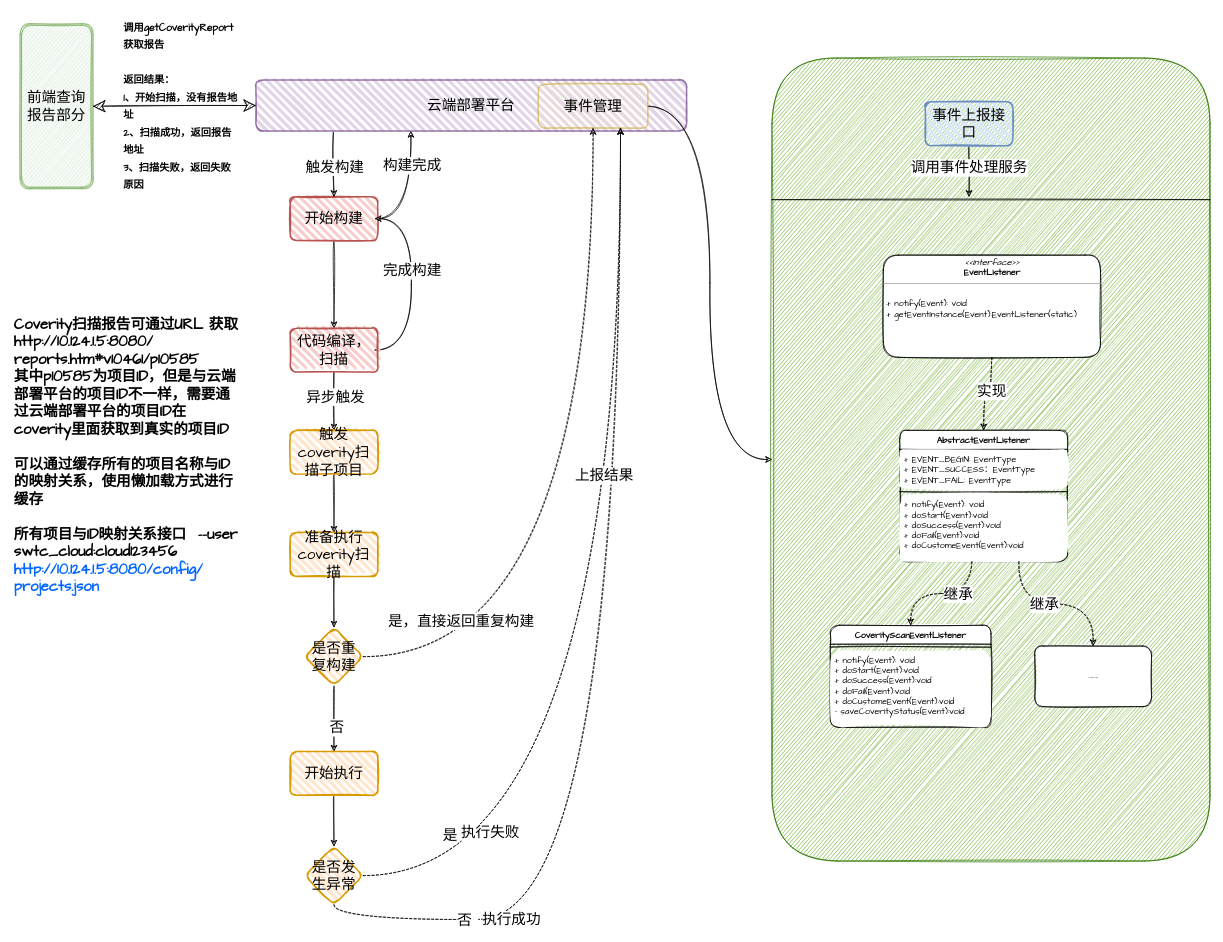
Before: 展示corvity报告.drawio in jenkinZhou/online-face, a draw.io diagram. Source tidied: cells renumbered, new cells numbered last; positions are measured from the earlier drawing's top-left corner, leaving out a move shared by most shapes. Both pictures are drawn from the tidied source at 73%, with x=0, y=0 at pixel (12, 12).
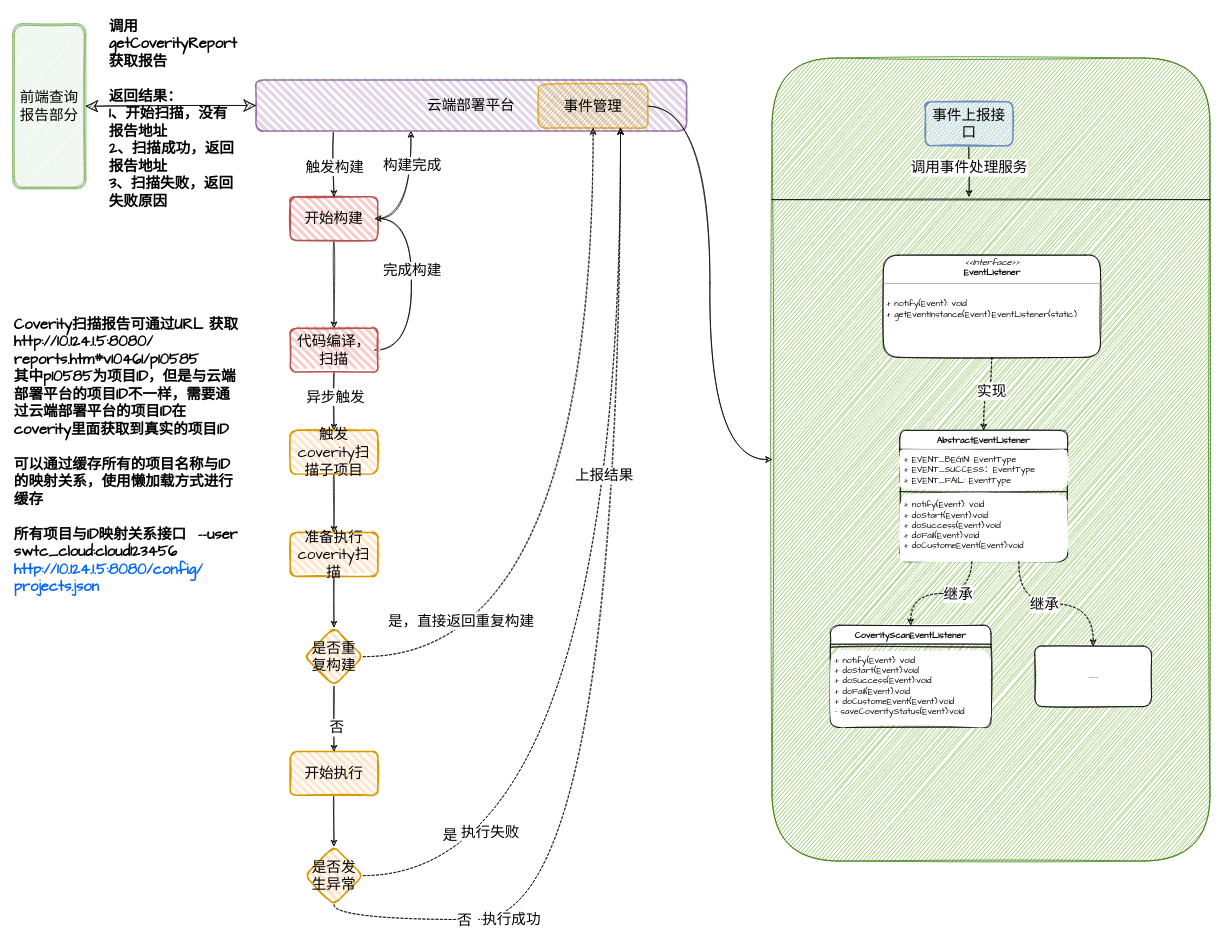
After the change.

Commit message (it also covers changes not shown here):
更新展示corvity报告.drawio

Change to the diagram source:
```diff
@@
-    <mxCell id="18" value="事件管理" style="rounded=1;whiteSpace=wrap;html=1;fillColor=#fff2cc;strokeColor=#d6b656;fontFamily=Comic Sans MS;sketch=1;fontSize=20;" parent="1" vertex="1">
+    <mxCell id="18" value="事件管理" style="rounded=1;whiteSpace=wrap;html=1;fillColor=#D79B00;strokeColor=#d79b00;fontFamily=Comic Sans MS;sketch=1;fontSize=20;" parent="1" vertex="1">
       <mxGeometry x="720" y="98" width="150" height="60" as="geometry" />
     </mxCell>
@@
     <mxCell id="56" value="前端查询报告部分" style="shape=ext;double=1;rounded=1;whiteSpace=wrap;html=1;sketch=1;hachureGap=4;fontFamily=Architects Daughter;fontSize=20;fillColor=#d5e8d4;strokeColor=#82b366;" parent="1" vertex="1">
-      <mxGeometry x="10" y="15" width="100" height="226" as="geometry" />
+      <mxGeometry y="15" width="100" height="226" as="geometry" />
     </mxCell>
@@
-    <mxCell id="58" value="&lt;font style=&quot;font-size: 14px;&quot;&gt;调用getCoverityReport获取报告&lt;br style=&quot;&quot;&gt;&lt;br style=&quot;&quot;&gt;返回结果：&lt;br style=&quot;&quot;&gt;1、开始扫描，没有报告地址&lt;br style=&quot;&quot;&gt;2、扫描成功，返回报告地址&lt;br style=&quot;&quot;&gt;3、扫描失败，返回失败原因&lt;/font&gt;" style="text;html=1;strokeColor=none;fillColor=none;align=left;verticalAlign=top;whiteSpace=wrap;rounded=0;sketch=1;hachureGap=4;fontFamily=Architects Daughter;fontSize=20;fontStyle=1;" parent="1" vertex="1">
-      <mxGeometry x="150" width="160" height="260" as="geometry" />
+    <mxCell id="58" value="&lt;font style=&quot;font-size: 20px;&quot;&gt;调用getCoverityReport获取报告&lt;br style=&quot;font-size: 20px;&quot;&gt;&lt;br style=&quot;font-size: 20px;&quot;&gt;返回结果：&lt;br style=&quot;font-size: 20px;&quot;&gt;1、开始扫描，没有报告地址&lt;br style=&quot;font-size: 20px;&quot;&gt;2、扫描成功，返回报告地址&lt;br style=&quot;font-size: 20px;&quot;&gt;3、扫描失败，返回失败原因&lt;/font&gt;" style="text;html=1;strokeColor=none;fillColor=none;align=left;verticalAlign=top;whiteSpace=wrap;rounded=0;sketch=1;hachureGap=4;fontFamily=Architects Daughter;fontSize=20;fontStyle=1;" parent="1" vertex="1">
+      <mxGeometry x="130" width="180" height="260" as="geometry" />
     </mxCell>
```
